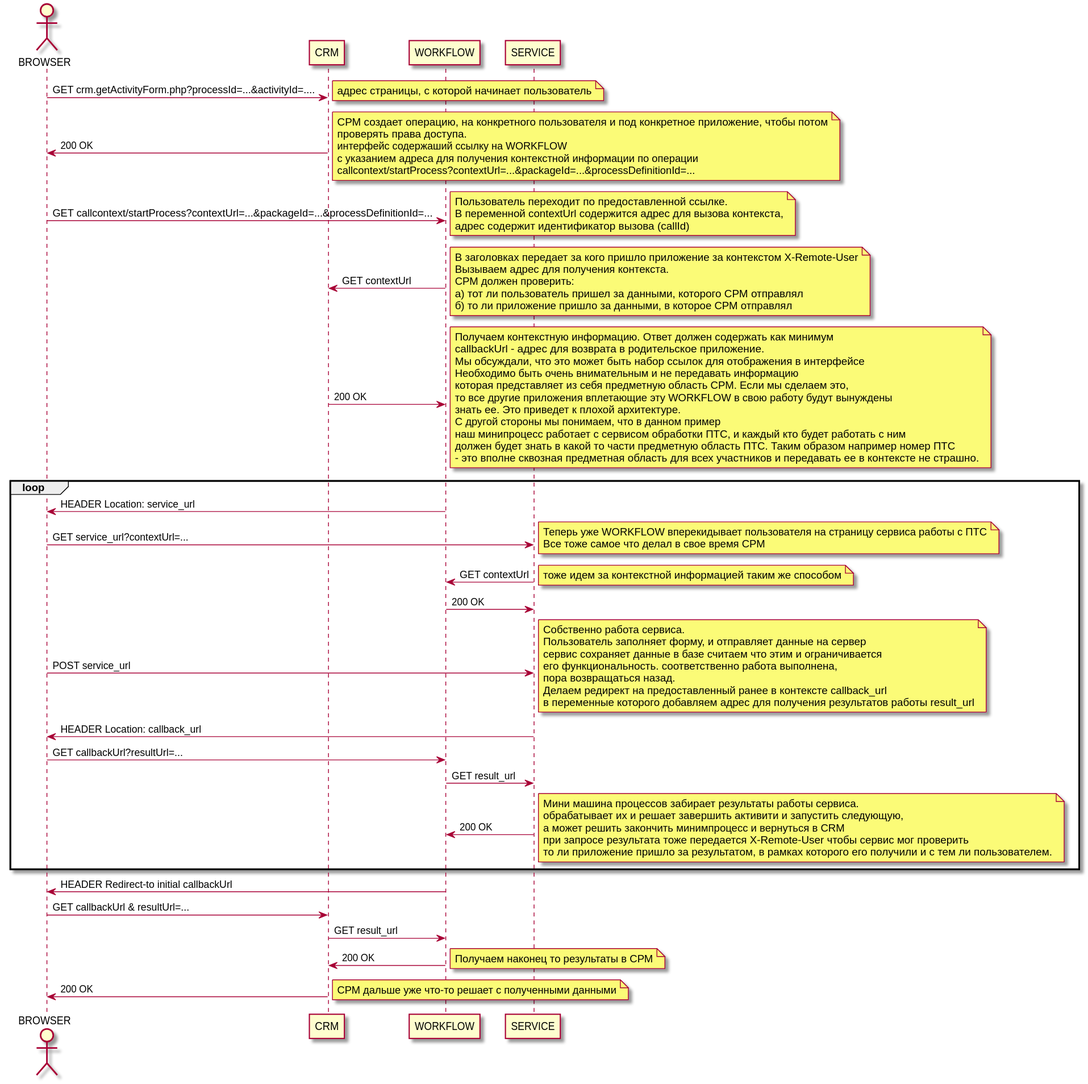
Before: docs/architecture/crm_sequence.svg, a diagram exported from PlantUML (ilb/devmethodology). Its diagram source:
```plantuml
@startuml
actor BROWSER
BROWSER->CRM : GET crm.getActivityForm.php?processId=...&activityId=....
note right
    адрес cтраницы, с которой начинает пользователь
end note
CRM->BROWSER : 200 OK
note right
    СРМ создает операцию, на конкретного пользователя и под конкретное приложение, чтобы потом
    проверять права доступа.
    интерфейс содержаший ссылку на WORKFLOW
    с указанием адреса для получения контекстной информации по операции
    callcontext/startProcess?contextUrl=...&packageId=...&processDefinitionId=...
end note
BROWSER->WORKFLOW : GET callcontext/startProcess?contextUrl=...&packageId=...&processDefinitionId=...
note right
    Пользователь переходит по предоставленной ссылке.
    В переменной contextUrl содержится адрес для вызова контекста,
    адрес содержит идентификатор вызова (callId)
end note
WORKFLOW->CRM : GET contextUrl
note right
    В заголовках передает за кого пришло приложение за контекстом X-Remote-User
    Вызываем адрес для получения контекста.
    СРМ должен проверить:
    а) тот ли пользователь пришел за данными, которого СРМ отправлял
    б) то ли приложение пришло за данными, в которое СРМ отправлял
end note
CRM->WORKFLOW : 200 OK
note right
    Получаем контекстную информацию. Ответ должен содержать как минимум
    callbackUrl -  адрес для возврата в родительское приложение.
    Мы обсуждали, что это может  быть набор ссылок для отображения в интерфейсе
    Необходимо быть очень внимательным и не передавать информацию
    которая представляет из себя предметную область СРМ. Если мы сделаем это,
    то все другие приложения вплетающие эту WORKFLOW в свою работу будут вынуждены
    знать ее. Это приведет к плохой архитектуре.
    С другой стороны мы понимаем, что в данном пример
    наш минипроцесс работает с сервисом обработки ПТС, и каждый кто будет работать с ним
    должен будет знать в какой то части предметную область ПТС. Таким образом например номер ПТС
    - это вполне сквозная предметная область для всех участников и передавать ее в контексте не страшно.
end note
loop
WORKFLOW->BROWSER : HEADER Location: service_url
BROWSER->SERVICE : GET service_url?contextUrl=...
note right
    Теперь уже WORKFLOW вперекидывает пользователя на страницу сервиса работы с ПТС
    Все тоже самое что делал в свое время СРМ
end note
SERVICE->WORKFLOW : GET contextUrl
note right
    тоже идем за контекстной информацией таким же способом
end note
WORKFLOW->SERVICE : 200 OK
BROWSER->SERVICE : POST service_url
note right
    Собственно работа сервиса.
    Пользователь заполняет форму, и отправляет данные на сервер
    сервис сохраняет данные в базе считаем что этим и ограничивается
    его функциональность. соответственно работа выполнена,
    пора возвращаться назад.
    Делаем редирект на предоставленный ранее в контексте callback_url
    в переменные которого добавляем адрес для получения результатов работы result_url
end note
SERVICE->BROWSER : HEADER Location: callback_url
BROWSER->WORKFLOW : GET callbackUrl?resultUrl=...
WORKFLOW->SERVICE : GET result_url
SERVICE->WORKFLOW : 200 OK
note right
    Мини машина процессов забирает результаты работы сервиса.
    обрабатывает их и решает завершить активити и запустить следующую,
    а может решить закончить минимпроцесс и вернуться в CRM
    при запросе результата тоже передается X-Remote-User чтобы сервис мог проверить
    то ли приложение пришло за результатом, в рамках которого его получили и с тем ли пользователем.
end note
end
WORKFLOW->BROWSER : HEADER Redirect-to initial callbackUrl
BROWSER->CRM : GET callbackUrl & resultUrl=...
CRM->WORKFLOW : GET result_url
WORKFLOW->CRM : 200 OK
note right
    Получаем наконец то результаты в СРМ
end note
CRM->BROWSER : 200 OK
note right
    СРМ дальше уже что-то решает с полученными данными
end note
@enduml
```
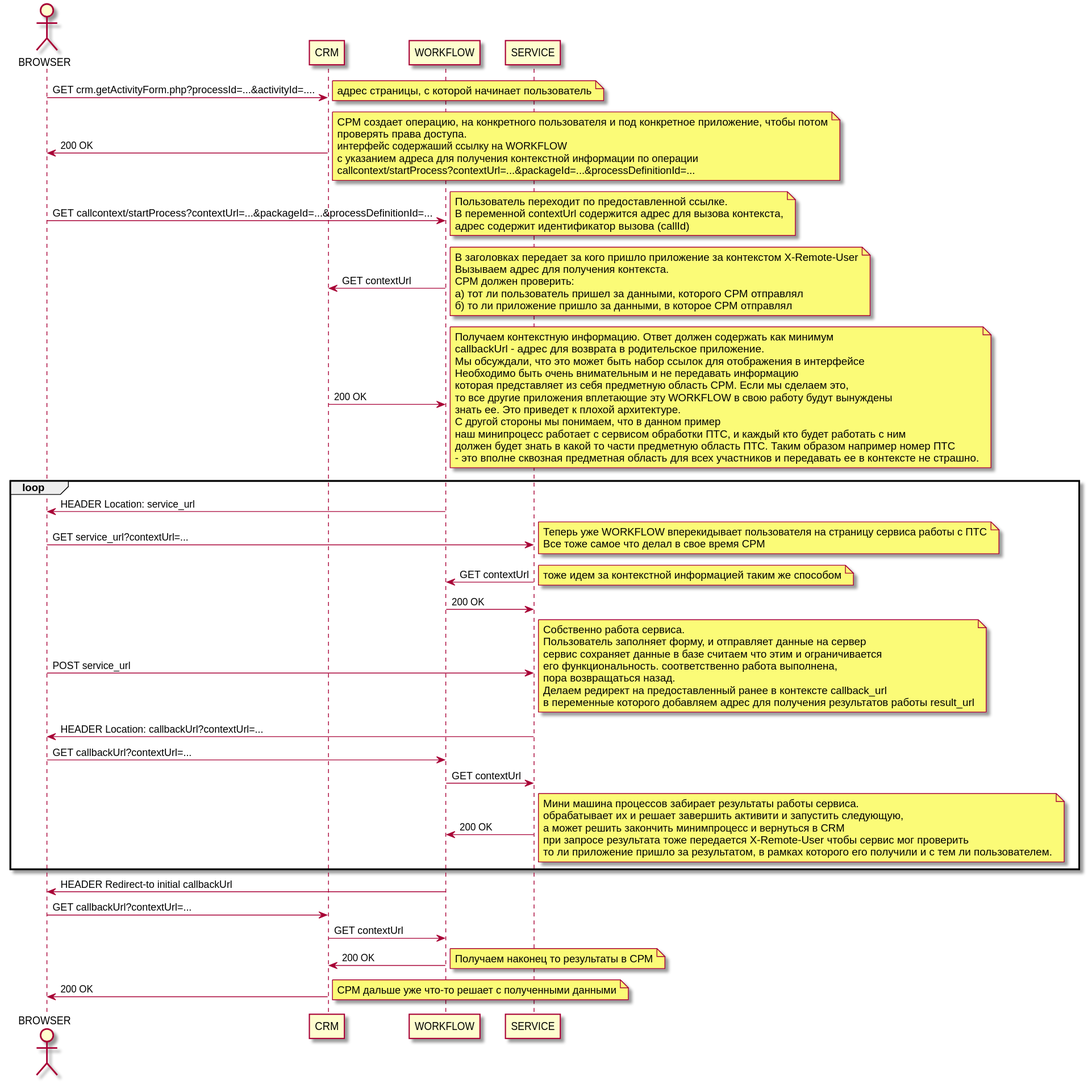
After the change.

Commit message:
Параметр resultUrl поменял на contextUrl, чтобы возврат не отличался по нотации от вызова.

Получается аналог pipe на web, когда управление переходит от одного
сервиса к другому по единому протоколу

Change to the diagram source:
```diff
@@ -62,9 +62,9 @@
     Делаем редирект на предоставленный ранее в контексте callback_url
     в переменные которого добавляем адрес для получения результатов работы result_url
 end note
-SERVICE->BROWSER : HEADER Location: callback_url
-BROWSER->WORKFLOW : GET callbackUrl?resultUrl=...
-WORKFLOW->SERVICE : GET result_url
+SERVICE->BROWSER : HEADER Location: callbackUrl?contextUrl=...
+BROWSER->WORKFLOW : GET callbackUrl?contextUrl=...
+WORKFLOW->SERVICE : GET contextUrl
 SERVICE->WORKFLOW : 200 OK
 note right
     Мини машина процессов забирает результаты работы сервиса.
@@ -75,8 +75,8 @@
 end note
 end
 WORKFLOW->BROWSER : HEADER Redirect-to initial callbackUrl
-BROWSER->CRM : GET callbackUrl & resultUrl=...
-CRM->WORKFLOW : GET result_url
+BROWSER->CRM : GET callbackUrl?contextUrl=...
+CRM->WORKFLOW : GET contextUrl
 WORKFLOW->CRM : 200 OK
 note right
     Получаем наконец то результаты в СРМ
```
